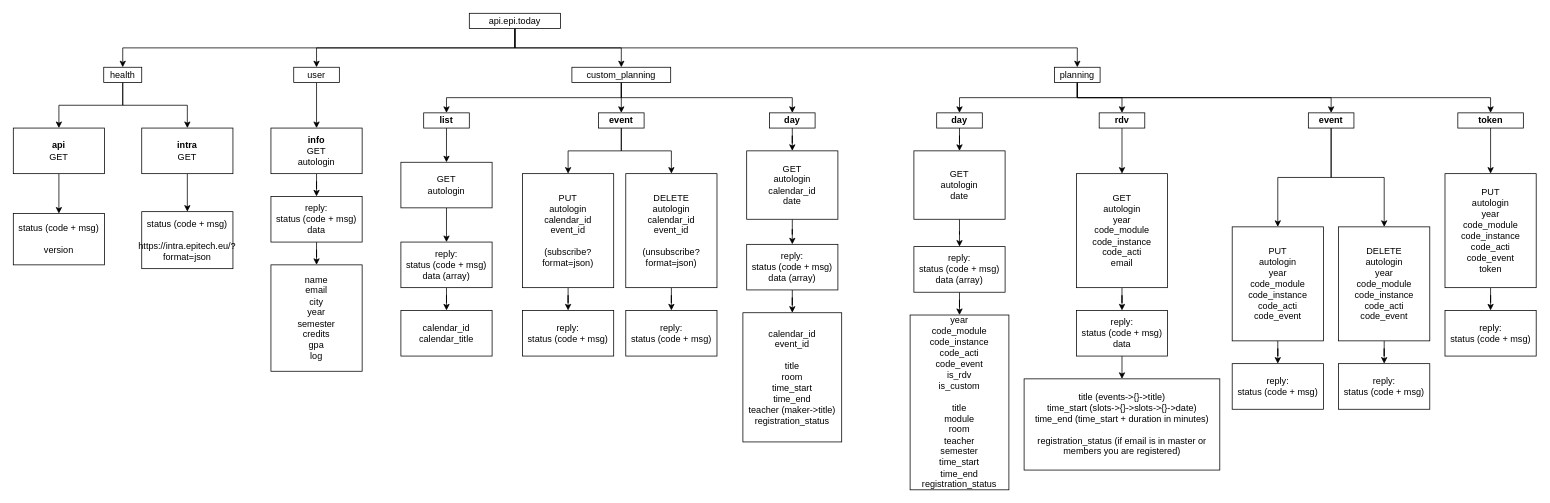
Earlier version of the draw.io diagram doc/v1-diagram.drawio (x4m3/api.epi.today). Source tidied: cells renumbered, new cells numbered last; positions are measured from the earlier drawing's top-left corner, leaving out a move shared by most shapes. Both pictures are drawn from the tidied source at 76%, with x=0, y=0 at pixel (13, 13).
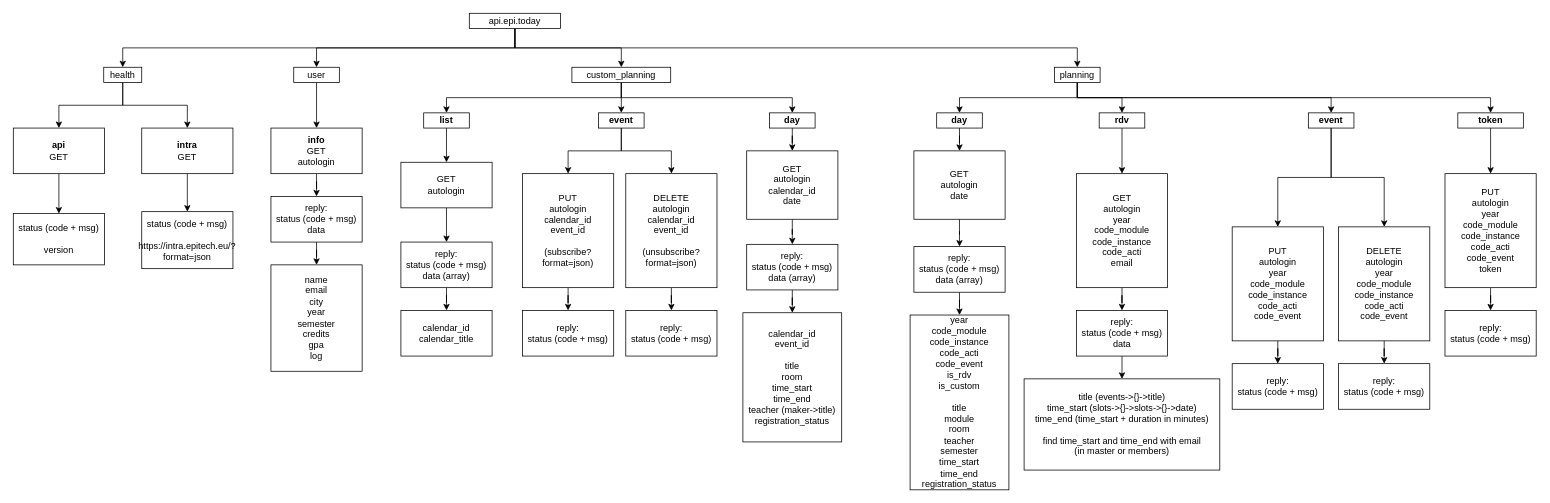
The same diagram, later.

What changed in the source:
```diff
@@
-    <mxCell id="69" value="title (events-&amp;gt;{}-&amp;gt;title)&lt;br&gt;time_start (slots-&amp;gt;{}-&amp;gt;slots-&amp;gt;{}-&amp;gt;date)&lt;br&gt;time_end (time_start + duration in minutes)&lt;br&gt;&lt;br&gt;registration_status (if email is in master or members you are registered)" style="rounded=0;whiteSpace=wrap;html=1;" parent="1" vertex="1">
+    <mxCell id="69" value="title (events-&amp;gt;{}-&amp;gt;title)&lt;br&gt;time_start (slots-&amp;gt;{}-&amp;gt;slots-&amp;gt;{}-&amp;gt;date)&lt;br&gt;time_end (time_start + duration in minutes)&lt;br&gt;&lt;br&gt;find time_start and time_end with&amp;nbsp;email&lt;br&gt;(in master or members)" style="rounded=0;whiteSpace=wrap;html=1;" parent="1" vertex="1">
       <mxGeometry x="1330" y="481" width="257.5" height="120" as="geometry" />
     </mxCell>
```
